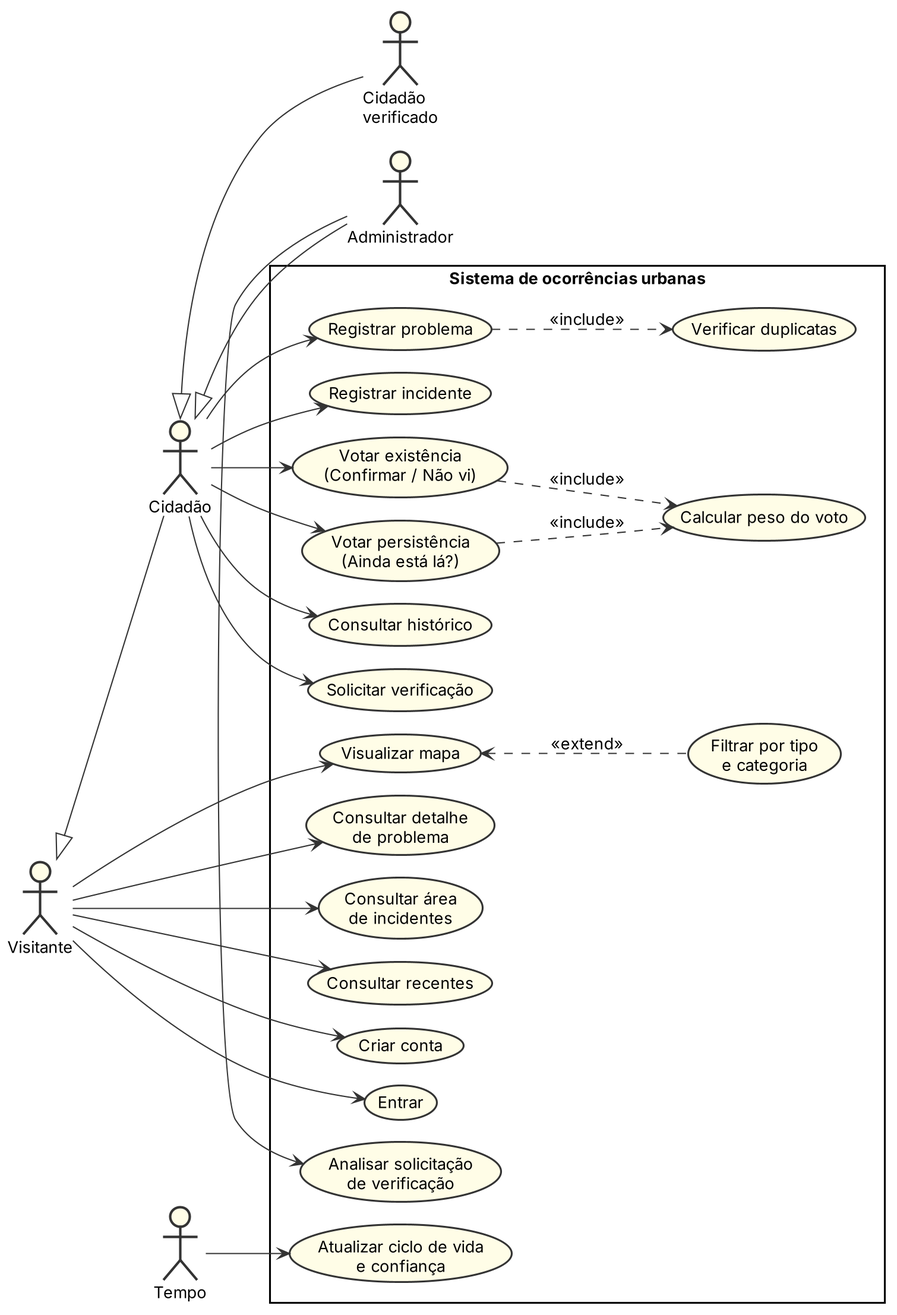
Before: docs/diagramas/01_caso_de_uso.png, a diagram exported from PlantUML (VictorHenriqueTerraCheru/TCC.back). Its source is kept beside it as docs/diagramas/01_caso_de_uso.puml.
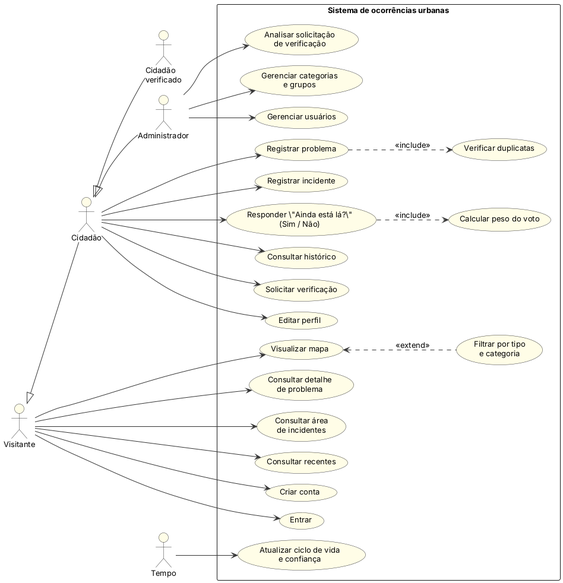
After the commit.

Change to the diagram source:
```diff
@@ -25,8 +25,13 @@
   usecase "Consultar histórico" as UC14
   usecase "Solicitar verificação" as UC15
   usecase "Atualizar ciclo de vida\ne confiança" as UC17
+  usecase "Gerenciar categorias\ne grupos" as UC18
+  usecase "Gerenciar usuários" as UC19
+  usecase "Editar perfil" as UC20
 }
 A --> UC16
+A --> UC18
+A --> UC19
 V --> UC1
 V --> UC3
 V --> UC4
@@ -39,6 +44,7 @@
 C --> UC11
 C --> UC14
 C --> UC15
+C --> UC20
 T --> UC17
 V <|-- C
 C <|-- CV
```
